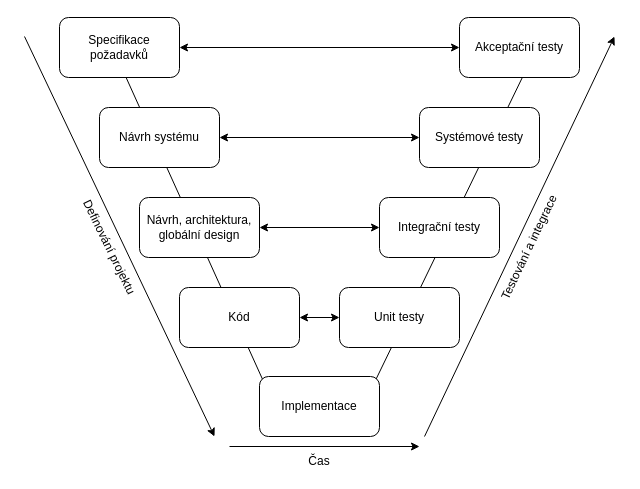
Before: assets/img/src/vmodel.drawio in wheeeper/bachelors-thesis, a draw.io diagram. Source tidied: cells renumbered, new cells numbered last; positions are measured from the earlier drawing's top-left corner, leaving out a move shared by most shapes. Both pictures are drawn from the tidied source at 100%, with x=0, y=0 at pixel (24, 17).
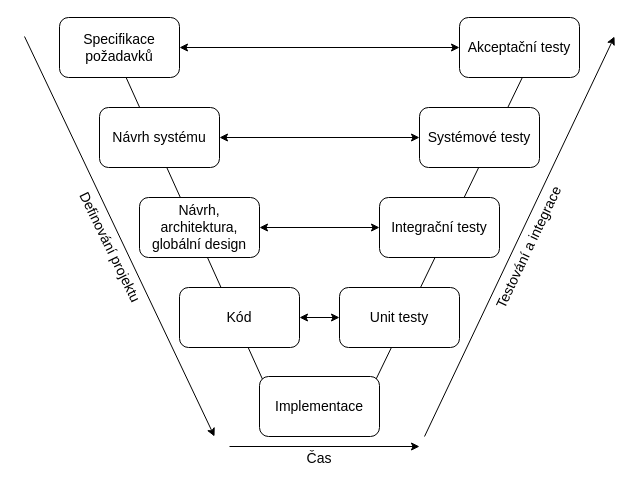
The same diagram, later.

What changed in the source:
```diff
@@
-    <mxCell id="5" value="Specifikace požadavků" style="rounded=1;whiteSpace=wrap;html=1;" parent="1" vertex="1">
+    <mxCell id="5" value="Specifikace požadavků" style="rounded=1;whiteSpace=wrap;html=1;fontSize=14;" parent="1" vertex="1">
       <mxGeometry x="35" width="120" height="60" as="geometry" />
     </mxCell>
@@
-    <mxCell id="7" value="Návrh systému" style="rounded=1;whiteSpace=wrap;html=1;" parent="1" vertex="1">
+    <mxCell id="7" value="Návrh systému" style="rounded=1;whiteSpace=wrap;html=1;fontSize=14;" parent="1" vertex="1">
       <mxGeometry x="75" y="90" width="120" height="60" as="geometry" />
     </mxCell>
@@
-    <mxCell id="9" value="Návrh, architektura, globální design" style="rounded=1;whiteSpace=wrap;html=1;" parent="1" vertex="1">
+    <mxCell id="9" value="Návrh, architektura, globální design" style="rounded=1;whiteSpace=wrap;html=1;fontSize=14;" parent="1" vertex="1">
       <mxGeometry x="115" y="180" width="120" height="60" as="geometry" />
     </mxCell>
@@
-    <mxCell id="11" value="Kód" style="rounded=1;whiteSpace=wrap;html=1;" parent="1" vertex="1">
+    <mxCell id="11" value="Kód" style="rounded=1;whiteSpace=wrap;html=1;fontSize=14;" parent="1" vertex="1">
       <mxGeometry x="155" y="270" width="120" height="60" as="geometry" />
     </mxCell>
-    <mxCell id="12" value="Unit testy" style="rounded=1;whiteSpace=wrap;html=1;" parent="1" vertex="1">
+    <mxCell id="12" value="Unit testy" style="rounded=1;whiteSpace=wrap;html=1;fontSize=14;" parent="1" vertex="1">
       <mxGeometry x="315" y="270" width="120" height="60" as="geometry" />
     </mxCell>
-    <mxCell id="13" value="Integrační testy" style="rounded=1;whiteSpace=wrap;html=1;" parent="1" vertex="1">
+    <mxCell id="13" value="Integrační testy" style="rounded=1;whiteSpace=wrap;html=1;fontSize=14;" parent="1" vertex="1">
       <mxGeometry x="355" y="180" width="120" height="60" as="geometry" />
     </mxCell>
-    <mxCell id="14" value="Systémové testy" style="rounded=1;whiteSpace=wrap;html=1;" parent="1" vertex="1">
+    <mxCell id="14" value="Systémové testy" style="rounded=1;whiteSpace=wrap;html=1;fontSize=14;" parent="1" vertex="1">
       <mxGeometry x="395" y="90" width="120" height="60" as="geometry" />
     </mxCell>
@@
-    <mxCell id="16" value="Akceptační testy" style="rounded=1;whiteSpace=wrap;html=1;" parent="1" vertex="1">
+    <mxCell id="16" value="Akceptační testy" style="rounded=1;whiteSpace=wrap;html=1;fontSize=14;" parent="1" vertex="1">
       <mxGeometry x="435" width="120" height="60" as="geometry" />
     </mxCell>
@@
-    <mxCell id="19" value="Definování projektu" style="text;html=1;strokeColor=none;fillColor=none;align=center;verticalAlign=middle;whiteSpace=wrap;rounded=0;rotation=63.9;" parent="1" vertex="1">
-      <mxGeometry x="25" y="220" width="120" height="20" as="geometry" />
+    <mxCell id="19" value="Definování projektu" style="text;html=1;strokeColor=none;fillColor=none;align=center;verticalAlign=middle;whiteSpace=wrap;rounded=0;rotation=63.9;fontSize=14;" parent="1" vertex="1">
+      <mxGeometry x="16" y="220" width="140" height="20" as="geometry" />
     </mxCell>
-    <mxCell id="20" value="Čas" style="text;html=1;strokeColor=none;fillColor=none;align=center;verticalAlign=middle;whiteSpace=wrap;rounded=0;" parent="1" vertex="1">
-      <mxGeometry x="275" y="434" width="40" height="20" as="geometry" />
+    <mxCell id="20" value="Čas" style="text;html=1;strokeColor=none;fillColor=none;align=center;verticalAlign=middle;whiteSpace=wrap;rounded=0;fontSize=14;" parent="1" vertex="1">
+      <mxGeometry x="275" y="431" width="40" height="20" as="geometry" />
     </mxCell>
-    <mxCell id="21" value="Testování a integrace" style="text;html=1;strokeColor=none;fillColor=none;align=center;verticalAlign=middle;whiteSpace=wrap;rounded=0;rotation=-64.6;" parent="1" vertex="1">
-      <mxGeometry x="440" y="220" width="130" height="20" as="geometry" />
+    <mxCell id="21" value="Testování a integrace" style="text;html=1;strokeColor=none;fillColor=none;align=center;verticalAlign=middle;whiteSpace=wrap;rounded=0;rotation=-64.6;fontSize=14;" parent="1" vertex="1">
+      <mxGeometry x="422" y="220" width="165" height="20" as="geometry" />
     </mxCell>
-    <mxCell id="22" value="Implementace" style="rounded=1;whiteSpace=wrap;html=1;" parent="1" vertex="1">
+    <mxCell id="22" value="Implementace" style="rounded=1;whiteSpace=wrap;html=1;fontSize=14;" parent="1" vertex="1">
       <mxGeometry x="235" y="359" width="120" height="60" as="geometry" />
     </mxCell>
```
